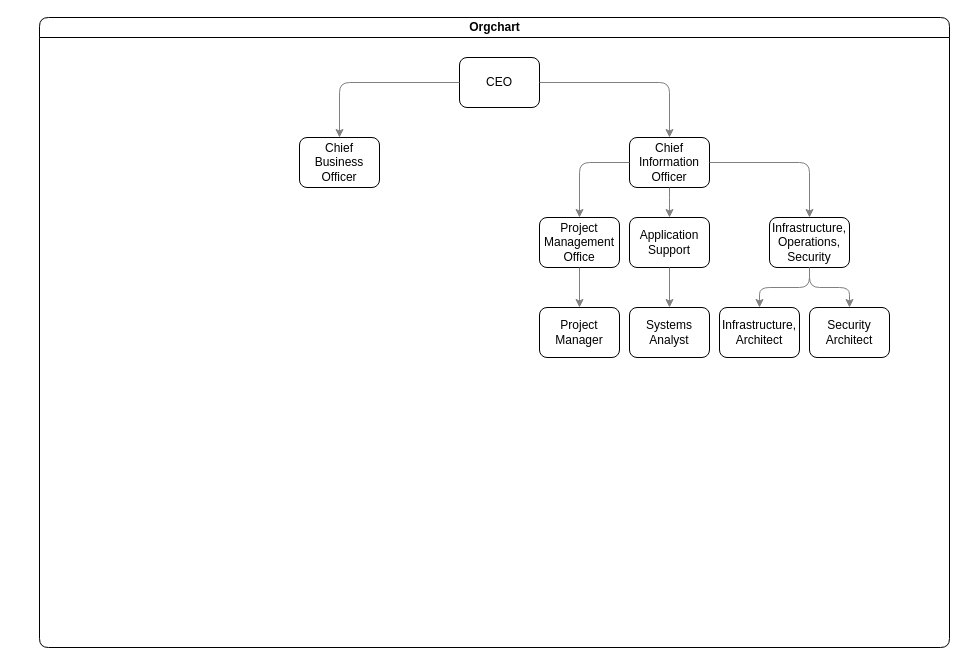
secunoid/InformationSecurity keeps this draw.io diagram as page "CentralizedPMO" (1 of 2) of Draw.io-Visio/PMO Structures.drawio. Above is the earlier version. Source tidied: cells renumbered, new cells numbered last; positions are measured from the earlier drawing's top-left corner, leaving out a move shared by most shapes. Both pictures are drawn from the tidied source at 100%, with x=0, y=0 at pixel (39, 17).
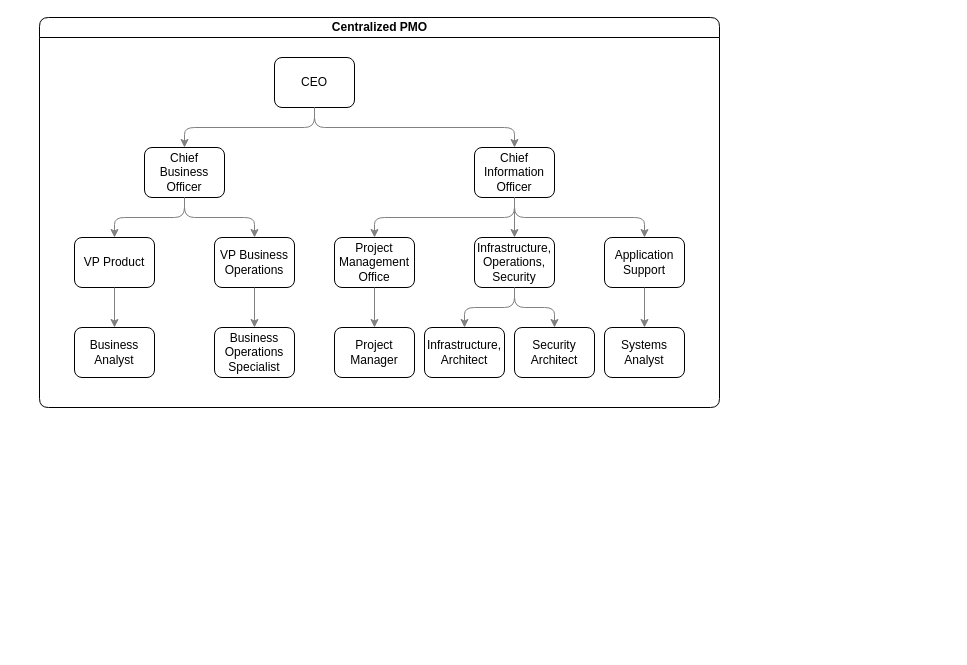
The same page after the edit.

Change to the diagram source:
```diff
@@
-    <mxCell id="2" value="Orgchart" style="swimlane;html=1;startSize=20;horizontal=1;containerType=tree;glass=0;rounded=1;" parent="1" vertex="1">
-      <mxGeometry width="910" height="630" as="geometry" />
+    <mxCell id="2" value="Centralized PMO" style="swimlane;html=1;startSize=20;horizontal=1;containerType=tree;glass=0;rounded=1;" parent="1" vertex="1">
+      <mxGeometry width="680" height="390" as="geometry" />
     </mxCell>
     <mxCell id="3" value="CEO" style="whiteSpace=wrap;html=1;rounded=1;" parent="2" vertex="1">
-      <mxGeometry x="420" y="40" width="80" height="50" as="geometry" />
+      <mxGeometry x="235" y="40" width="80" height="50" as="geometry" />
     </mxCell>
     <mxCell id="4" style="edgeStyle=orthogonalEdgeStyle;curved=0;rounded=1;sketch=0;jettySize=auto;html=1;strokeColor=#808080;" parent="2" edge="1" source="3" target="5">
-      <mxGeometry relative="1" as="geometry" />
+      <mxGeometry relative="1" as="geometry">
+        <Array as="points">
+          <mxPoint x="275" y="110" />
+          <mxPoint x="145" y="110" />
+        </Array>
+      </mxGeometry>
     </mxCell>
     <mxCell id="5" value="Chief Business Officer" style="whiteSpace=wrap;html=1;rounded=1;" parent="2" vertex="1">
-      <mxGeometry x="260" y="120" width="80" height="50" as="geometry" />
+      <mxGeometry x="105" y="130" width="80" height="50" as="geometry" />
     </mxCell>
     <mxCell id="6" style="edgeStyle=orthogonalEdgeStyle;curved=0;sketch=0;jettySize=auto;html=1;strokeColor=#808080;" parent="2" edge="1" source="3" target="7">
-      <mxGeometry relative="1" as="geometry" />
+      <mxGeometry relative="1" as="geometry">
+        <Array as="points">
+          <mxPoint x="275" y="110" />
+          <mxPoint x="475" y="110" />
+        </Array>
+      </mxGeometry>
     </mxCell>
     <mxCell id="7" value="Chief Information Officer" style="whiteSpace=wrap;html=1;rounded=1;" parent="2" vertex="1">
-      <mxGeometry x="590" y="120" width="80" height="50" as="geometry" />
+      <mxGeometry x="435" y="130" width="80" height="50" as="geometry" />
     </mxCell>
     <mxCell id="8" style="edgeStyle=orthogonalEdgeStyle;curved=0;sketch=0;jettySize=auto;html=1;strokeColor=#808080;" parent="2" edge="1" source="7" target="9">
-      <mxGeometry relative="1" as="geometry" />
+      <mxGeometry relative="1" as="geometry">
+        <Array as="points">
+          <mxPoint x="475" y="200" />
+          <mxPoint x="335" y="200" />
+        </Array>
+      </mxGeometry>
     </mxCell>
     <mxCell id="9" value="Project Management Office" style="whiteSpace=wrap;html=1;rounded=1;" parent="2" vertex="1">
-      <mxGeometry x="500" y="200" width="80" height="50" as="geometry" />
+      <mxGeometry x="295" y="220" width="80" height="50" as="geometry" />
     </mxCell>
-    <mxCell id="10" style="edgeStyle=orthogonalEdgeStyle;curved=0;sketch=0;jettySize=auto;html=1;strokeColor=#808080;" parent="2" edge="1" source="7" target="11">
-      <mxGeometry relative="1" as="geometry" />
-    </mxCell>
-    <mxCell id="11" value="Application Support" style="whiteSpace=wrap;html=1;rounded=1;" parent="2" vertex="1">
-      <mxGeometry x="590" y="200" width="80" height="50" as="geometry" />
-    </mxCell>
@@
     <mxCell id="13" value="Infrastructure, Operations, Security" style="whiteSpace=wrap;html=1;rounded=1;" parent="2" vertex="1">
-      <mxGeometry x="730" y="200" width="80" height="50" as="geometry" />
+      <mxGeometry x="435" y="220" width="80" height="50" as="geometry" />
     </mxCell>
@@
     <mxCell id="15" value="Project Manager" style="whiteSpace=wrap;html=1;rounded=1;" parent="2" vertex="1">
-      <mxGeometry x="500" y="290" width="80" height="50" as="geometry" />
+      <mxGeometry x="295" y="310" width="80" height="50" as="geometry" />
     </mxCell>
-    <mxCell id="16" style="edgeStyle=orthogonalEdgeStyle;curved=0;sketch=0;jettySize=auto;html=1;strokeColor=#808080;" parent="2" edge="1" source="11" target="17">
-      <mxGeometry relative="1" as="geometry" />
-    </mxCell>
-    <mxCell id="17" value="Systems Analyst" style="whiteSpace=wrap;html=1;rounded=1;" parent="2" vertex="1">
-      <mxGeometry x="590" y="290" width="80" height="50" as="geometry" />
-    </mxCell>
@@
     <mxCell id="19" value="Infrastructure, Architect" style="whiteSpace=wrap;html=1;rounded=1;" parent="2" vertex="1">
-      <mxGeometry x="680" y="290" width="80" height="50" as="geometry" />
+      <mxGeometry x="385" y="310" width="80" height="50" as="geometry" />
     </mxCell>
@@
     <mxCell id="21" value="Security Architect" style="whiteSpace=wrap;html=1;rounded=1;" parent="2" vertex="1">
-      <mxGeometry x="770" y="290" width="80" height="50" as="geometry" />
+      <mxGeometry x="475" y="310" width="80" height="50" as="geometry" />
     </mxCell>
+    <mxCell id="23" style="edgeStyle=orthogonalEdgeStyle;curved=0;rounded=1;sketch=0;jettySize=auto;html=1;strokeColor=#808080;" parent="2" edge="1" source="5" target="24">
+      <mxGeometry relative="1" as="geometry" />
+    </mxCell>
+    <mxCell id="24" value="VP Product" style="whiteSpace=wrap;html=1;rounded=1;" parent="2" vertex="1">
+      <mxGeometry x="35" y="220" width="80" height="50" as="geometry" />
+    </mxCell>
+    <mxCell id="25" style="edgeStyle=orthogonalEdgeStyle;curved=0;rounded=1;sketch=0;jettySize=auto;html=1;strokeColor=#808080;" parent="2" edge="1" source="5" target="26">
+      <mxGeometry relative="1" as="geometry" />
+    </mxCell>
+    <mxCell id="26" value="VP Business Operations" style="whiteSpace=wrap;html=1;rounded=1;" parent="2" vertex="1">
+      <mxGeometry x="175" y="220" width="80" height="50" as="geometry" />
+    </mxCell>
+    <mxCell id="11" value="Application Support" style="whiteSpace=wrap;html=1;rounded=1;" parent="2" vertex="1">
+      <mxGeometry x="565" y="220" width="80" height="50" as="geometry" />
+    </mxCell>
+    <mxCell id="10" style="edgeStyle=orthogonalEdgeStyle;curved=0;sketch=0;jettySize=auto;html=1;strokeColor=#808080;" parent="2" edge="1" source="7" target="11">
+      <mxGeometry relative="1" as="geometry">
+        <Array as="points">
+          <mxPoint x="475" y="200" />
+          <mxPoint x="605" y="200" />
+        </Array>
+      </mxGeometry>
+    </mxCell>
+    <mxCell id="17" value="Systems Analyst" style="whiteSpace=wrap;html=1;rounded=1;" parent="2" vertex="1">
+      <mxGeometry x="565" y="310" width="80" height="50" as="geometry" />
+    </mxCell>
+    <mxCell id="16" style="edgeStyle=orthogonalEdgeStyle;curved=0;sketch=0;jettySize=auto;html=1;strokeColor=#808080;" parent="2" edge="1" source="11" target="17">
+      <mxGeometry relative="1" as="geometry" />
+    </mxCell>
+    <mxCell id="27" style="edgeStyle=orthogonalEdgeStyle;curved=0;rounded=1;sketch=0;jettySize=auto;html=1;strokeColor=#808080;" parent="2" edge="1" source="24" target="28">
+      <mxGeometry relative="1" as="geometry" />
+    </mxCell>
+    <mxCell id="28" value="Business Analyst" style="whiteSpace=wrap;html=1;rounded=1;" parent="2" vertex="1">
+      <mxGeometry x="35" y="310" width="80" height="50" as="geometry" />
+    </mxCell>
+    <mxCell id="29" style="edgeStyle=orthogonalEdgeStyle;curved=0;rounded=1;sketch=0;jettySize=auto;html=1;strokeColor=#808080;" parent="2" edge="1" source="26" target="30">
+      <mxGeometry relative="1" as="geometry" />
+    </mxCell>
+    <mxCell id="30" value="Business Operations Specialist" style="whiteSpace=wrap;html=1;rounded=1;" parent="2" vertex="1">
+      <mxGeometry x="175" y="310" width="80" height="50" as="geometry" />
+    </mxCell>
     <mxCell id="22" style="fontSize=11;" parent="1" edge="1">
       <mxGeometry relative="1" as="geometry">
-        <mxPoint x="210" y="460" as="sourcePoint" />
-        <mxPoint x="210" y="460" as="targetPoint" />
+        <mxPoint x="-15" y="371" as="sourcePoint" />
+        <mxPoint x="-15" y="371" as="targetPoint" />
       </mxGeometry>
     </mxCell>
```
